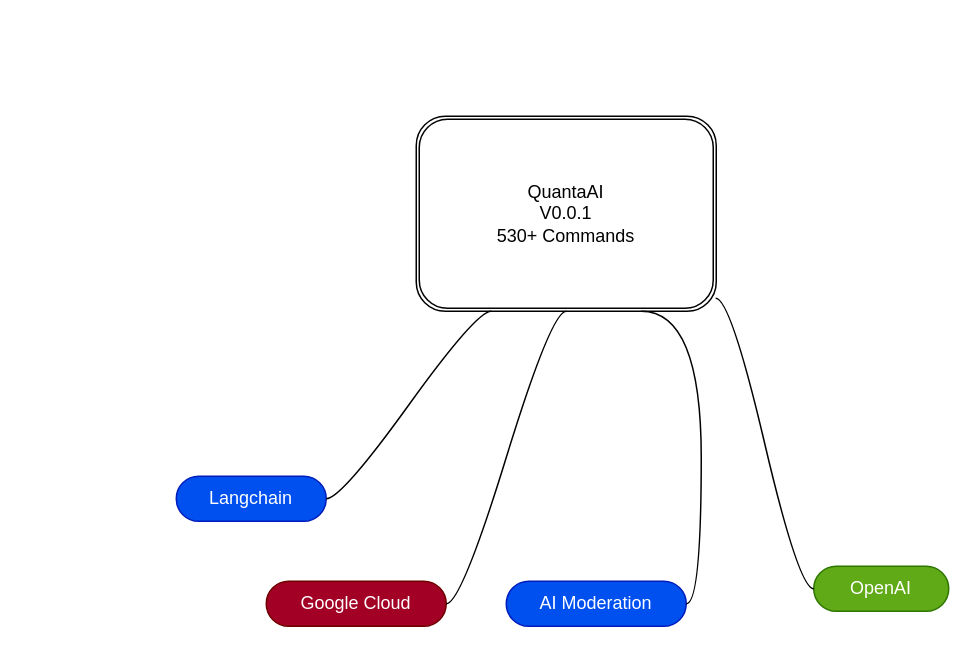
Earlier version of the draw.io diagram QuantaProjects/Base/wadder.drawio (wadedesign/QuantaAI). Source tidied: cells renumbered, new cells numbered last; positions are measured from the earlier drawing's top-left corner, leaving out a move shared by most shapes. Both pictures are drawn from the tidied source at 150%, with x=0, y=0 at pixel (176, 116).
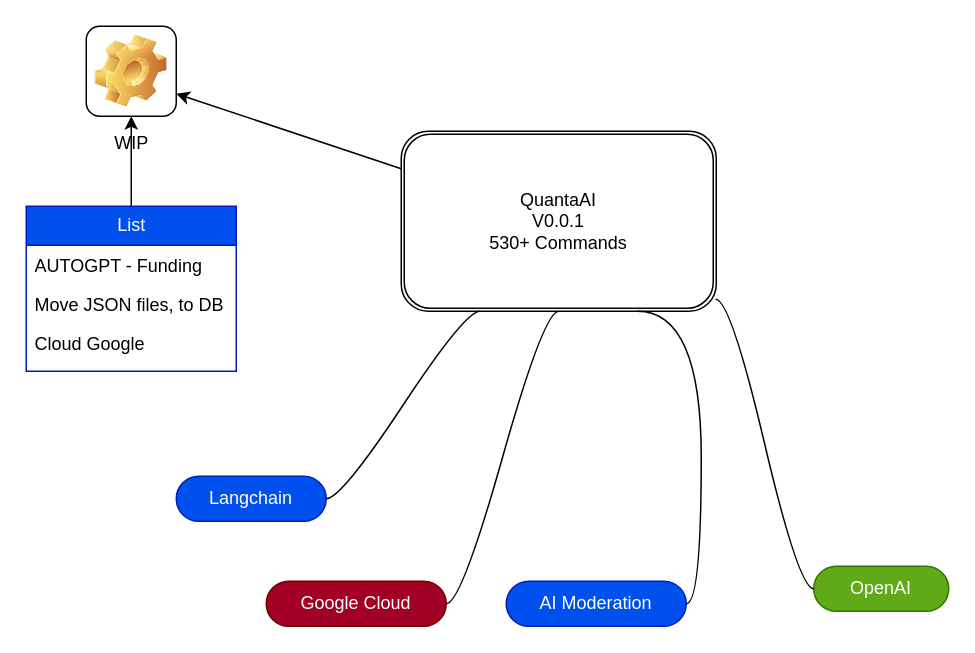
The same page after the edit.

Commit message:
Wednesday, June 14, 2023 at 12:43 PM Central Daylight Time

What changed in the source:
```diff
@@
 <mxGraphModel>
   <root>
     <mxCell id="0" />
     <mxCell id="1" parent="0" />
+    <mxCell id="11" style="edgeStyle=none;html=1;entryX=1;entryY=0.75;entryDx=0;entryDy=0;" parent="1" edge="1" source="2" target="12">
+      <mxGeometry relative="1" as="geometry" />
+    </mxCell>
     <mxCell id="2" value="QuantaAI&lt;br&gt;V0.0.1&lt;br&gt;530+ Commands" style="shape=ext;double=1;rounded=1;whiteSpace=wrap;html=1;" parent="1" vertex="1">
-      <mxGeometry x="160" width="200" height="130" as="geometry" />
+      <mxGeometry x="150" y="10" width="210" height="120" as="geometry" />
     </mxCell>
     <mxCell id="3" value="Langchain&lt;br&gt;" style="whiteSpace=wrap;html=1;rounded=1;arcSize=50;align=center;verticalAlign=middle;strokeWidth=1;spacing=4;newEdgeStyle={&quot;edgeStyle&quot;:&quot;entityRelationEdgeStyle&quot;,&quot;startArrow&quot;:&quot;none&quot;,&quot;endArrow&quot;:&quot;none&quot;,&quot;segment&quot;:10,&quot;curved&quot;:1,&quot;sourcePerimeterSpacing&quot;:0,&quot;targetPerimeterSpacing&quot;:0};fillColor=#0050ef;fontColor=#ffffff;strokeColor=#001DBC;" parent="1" vertex="1" collapsed="1">
       <mxGeometry y="240" width="100" height="30" as="geometry" />
     </mxCell>
     <mxCell id="4" style="edgeStyle=entityRelationEdgeStyle;startArrow=none;endArrow=none;segment=10;curved=1;sourcePerimeterSpacing=0;targetPerimeterSpacing=0;exitX=0.25;exitY=1;exitDx=0;exitDy=0;" parent="1" edge="1" source="2" target="3">
       <mxGeometry relative="1" as="geometry" />
     </mxCell>
     <mxCell id="5" value="Google Cloud" style="whiteSpace=wrap;html=1;rounded=1;arcSize=50;align=center;verticalAlign=middle;strokeWidth=1;spacing=4;newEdgeStyle={&quot;edgeStyle&quot;:&quot;entityRelationEdgeStyle&quot;,&quot;startArrow&quot;:&quot;none&quot;,&quot;endArrow&quot;:&quot;none&quot;,&quot;segment&quot;:10,&quot;curved&quot;:1,&quot;sourcePerimeterSpacing&quot;:0,&quot;targetPerimeterSpacing&quot;:0};fillColor=#a20025;fontColor=#ffffff;strokeColor=#6F0000;" parent="1" vertex="1">
       <mxGeometry x="60" y="310" width="120" height="30" as="geometry" />
     </mxCell>
     <mxCell id="6" style="edgeStyle=entityRelationEdgeStyle;startArrow=none;endArrow=none;segment=10;curved=1;sourcePerimeterSpacing=0;targetPerimeterSpacing=0;exitX=0.5;exitY=1;exitDx=0;exitDy=0;" parent="1" edge="1" source="2" target="5">
       <mxGeometry relative="1" as="geometry" />
     </mxCell>
     <mxCell id="7" value="AI Moderation" style="whiteSpace=wrap;html=1;rounded=1;arcSize=50;align=center;verticalAlign=middle;strokeWidth=1;spacing=4;newEdgeStyle={&quot;edgeStyle&quot;:&quot;entityRelationEdgeStyle&quot;,&quot;startArrow&quot;:&quot;none&quot;,&quot;endArrow&quot;:&quot;none&quot;,&quot;segment&quot;:10,&quot;curved&quot;:1,&quot;sourcePerimeterSpacing&quot;:0,&quot;targetPerimeterSpacing&quot;:0};fillColor=#0050ef;fontColor=#ffffff;strokeColor=#001DBC;" parent="1" vertex="1">
       <mxGeometry x="220" y="310" width="120" height="30" as="geometry" />
     </mxCell>
     <mxCell id="8" style="edgeStyle=entityRelationEdgeStyle;startArrow=none;endArrow=none;segment=10;curved=1;sourcePerimeterSpacing=0;targetPerimeterSpacing=0;exitX=0.75;exitY=1;exitDx=0;exitDy=0;" parent="1" edge="1" source="2" target="7">
       <mxGeometry relative="1" as="geometry" />
     </mxCell>
     <mxCell id="9" value="OpenAI" style="whiteSpace=wrap;html=1;rounded=1;arcSize=50;align=center;verticalAlign=middle;strokeWidth=1;spacing=4;newEdgeStyle={&quot;edgeStyle&quot;:&quot;entityRelationEdgeStyle&quot;,&quot;startArrow&quot;:&quot;none&quot;,&quot;endArrow&quot;:&quot;none&quot;,&quot;segment&quot;:10,&quot;curved&quot;:1,&quot;sourcePerimeterSpacing&quot;:0,&quot;targetPerimeterSpacing&quot;:0};fillColor=#60a917;fontColor=#ffffff;strokeColor=#2D7600;" parent="1" vertex="1" collapsed="1">
       <mxGeometry x="425" y="300" width="90" height="30" as="geometry" />
     </mxCell>
     <mxCell id="10" style="edgeStyle=entityRelationEdgeStyle;startArrow=none;endArrow=none;segment=10;curved=1;sourcePerimeterSpacing=0;targetPerimeterSpacing=0;exitX=0.998;exitY=0.933;exitDx=0;exitDy=0;exitPerimeter=0;" parent="1" edge="1" source="2" target="9">
       <mxGeometry relative="1" as="geometry" />
     </mxCell>
+    <mxCell id="12" value="WIP&lt;br&gt;" style="icon;html=1;image=img/clipart/Gear_128x128.png;" parent="1" vertex="1">
+      <mxGeometry x="-60" y="-60" width="60" height="60" as="geometry" />
+    </mxCell>
+    <mxCell id="13" style="edgeStyle=none;html=1;entryX=0.5;entryY=1;entryDx=0;entryDy=0;" parent="1" edge="1" source="14" target="12">
+      <mxGeometry relative="1" as="geometry" />
+    </mxCell>
+    <mxCell id="14" value="List" style="swimlane;fontStyle=0;horizontal=1;startSize=26;fillColor=#0050ef;html=1;fontColor=#ffffff;strokeColor=#001DBC;" parent="1" vertex="1">
+      <mxGeometry x="-100" y="60" width="140" height="110" as="geometry" />
+    </mxCell>
+    <mxCell id="15" value="AUTOGPT - Funding" style="text;strokeColor=none;fillColor=none;align=left;verticalAlign=top;spacingLeft=4;spacingRight=4;overflow=hidden;whiteSpace=wrap;html=1;" parent="14" vertex="1">
+      <mxGeometry y="26" width="140" height="26" as="geometry" />
+    </mxCell>
+    <mxCell id="16" value="Move JSON files, to DB" style="text;strokeColor=none;fillColor=none;align=left;verticalAlign=top;spacingLeft=4;spacingRight=4;overflow=hidden;whiteSpace=wrap;html=1;" parent="14" vertex="1">
+      <mxGeometry y="52" width="140" height="26" as="geometry" />
+    </mxCell>
+    <mxCell id="17" value="Cloud Google" style="text;strokeColor=none;fillColor=none;align=left;verticalAlign=top;spacingLeft=4;spacingRight=4;overflow=hidden;whiteSpace=wrap;html=1;" parent="14" vertex="1">
+      <mxGeometry y="78" width="140" height="32" as="geometry" />
+    </mxCell>
   </root>
 </mxGraphModel>
```
